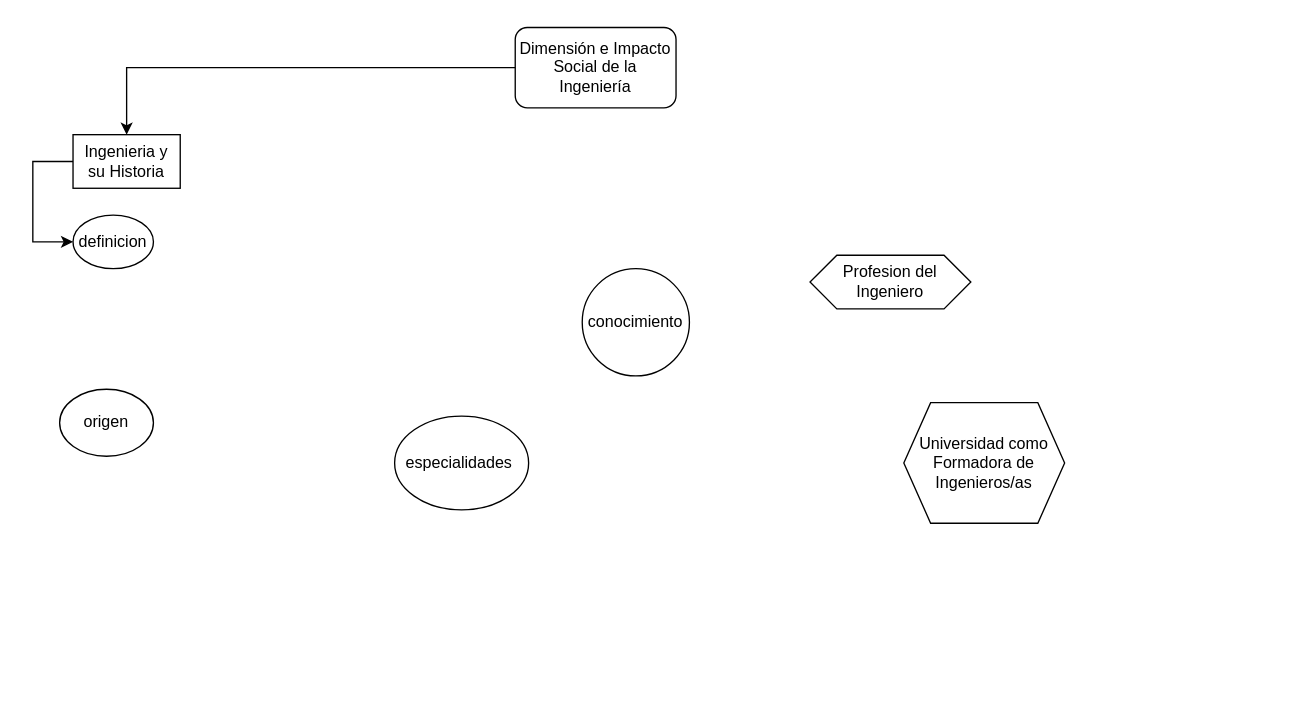
SandovalAlexis/Sistema-De-Venta-Diagrama keeps this draw.io diagram as Diagrama sin título.drawio. Above is the earlier version. Source tidied: cells renumbered, new cells numbered last; positions are measured from the earlier drawing's top-left corner, leaving out a move shared by most shapes. Both pictures are drawn from the tidied source at 134%, with x=0, y=0 at pixel (32, 27).
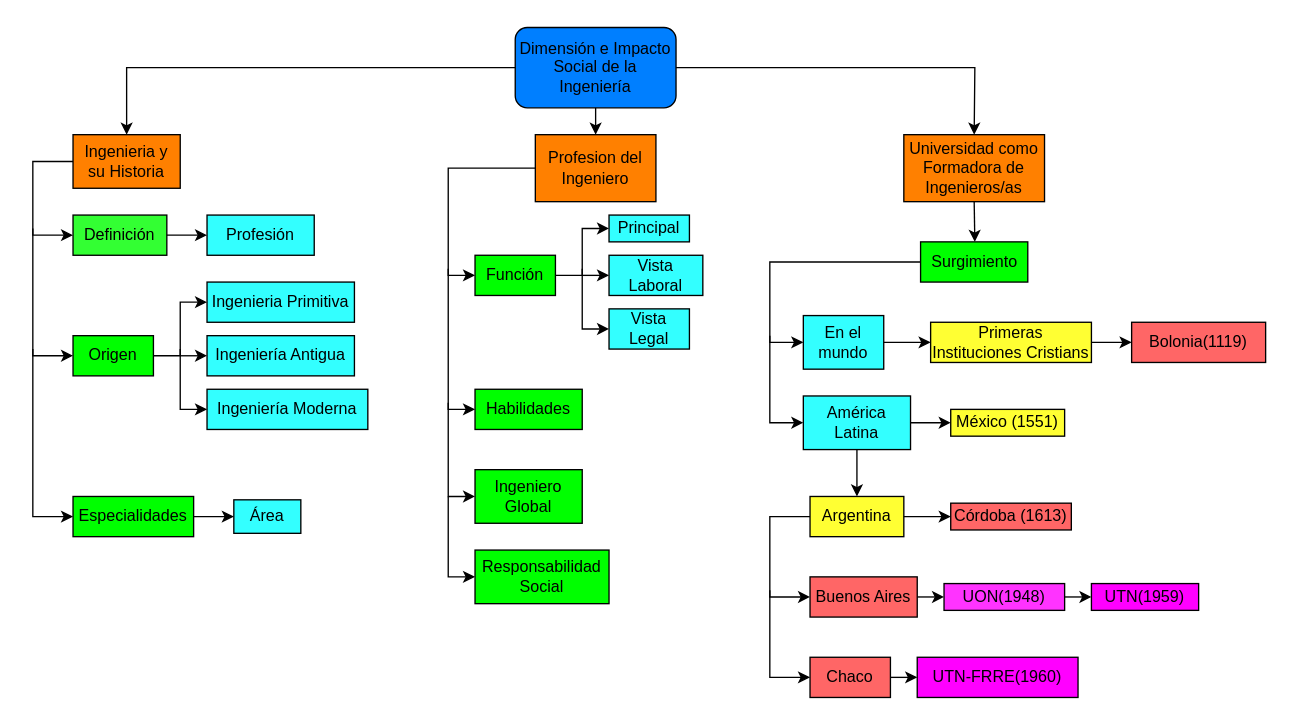
The same diagram, later.

The edit, as a diff of the source:
```diff
@@
+    <mxCell id="12" value="Bolonia(1119)" style="rounded=0;whiteSpace=wrap;html=1;fillColor=#FF6666;" parent="1" vertex="1">
+      <mxGeometry x="820" y="220" width="100" height="30" as="geometry" />
+    </mxCell>
-    <mxCell id="2" value="Dimensión e Impacto Social de la Ingeniería" style="rounded=1;whiteSpace=wrap;html=1;" parent="1" vertex="1">
+    <mxCell id="2" value="&lt;p&gt;Dimensión e Impacto Social de la Ingeniería&lt;/p&gt;" style="rounded=1;whiteSpace=wrap;html=1;fillColor=#007FFF;" parent="1" vertex="1">
       <mxGeometry x="360" width="120" height="60" as="geometry" />
     </mxCell>
-    <mxCell id="3" value="Profesion del Ingeniero" style="shape=hexagon;perimeter=hexagonPerimeter2;whiteSpace=wrap;html=1;fixedSize=1;" parent="1" vertex="1">
-      <mxGeometry x="580" y="170" width="120" height="40" as="geometry" />
-    </mxCell>
-    <mxCell id="4" value="Universidad como Formadora de Ingenieros/as" style="shape=hexagon;perimeter=hexagonPerimeter2;whiteSpace=wrap;html=1;fixedSize=1;" parent="1" vertex="1">
-      <mxGeometry x="650" y="280" width="120" height="90" as="geometry" />
-    </mxCell>
-    <mxCell id="5" value="definicion" style="ellipse;whiteSpace=wrap;html=1;" parent="1" vertex="1">
-      <mxGeometry x="30" y="140" width="60" height="40" as="geometry" />
-    </mxCell>
-    <mxCell id="6" value="especialidades&amp;nbsp;" style="ellipse;whiteSpace=wrap;html=1;" parent="1" vertex="1">
-      <mxGeometry x="270" y="290" width="100" height="70" as="geometry" />
-    </mxCell>
-    <mxCell id="7" value="origen" style="ellipse;whiteSpace=wrap;html=1;" parent="1" vertex="1">
-      <mxGeometry x="20" y="270" width="70" height="50" as="geometry" />
-    </mxCell>
-    <mxCell id="8" value="conocimiento" style="ellipse;whiteSpace=wrap;html=1;" parent="1" vertex="1">
-      <mxGeometry x="410" y="180" width="80" height="80" as="geometry" />
-    </mxCell>
@@
-    <mxCell id="10" style="endArrow=classic;html=1;rounded=0;entryX=0;entryY=0.5;entryDx=0;entryDy=0;" parent="1" edge="1" source="11" target="5">
+    <mxCell id="10" style="endArrow=classic;html=1;rounded=0;entryX=0;entryY=0.5;entryDx=0;entryDy=0;" parent="1" edge="1" source="11" target="14">
       <mxGeometry relative="1" as="geometry">
         <Array as="points">
           <mxPoint y="100" />
-          <mxPoint y="160" />
+          <mxPoint y="155" />
         </Array>
       </mxGeometry>
     </mxCell>
-    <mxCell id="11" value="Ingenieria y su Historia" style="rounded=0;whiteSpace=wrap;html=1;" parent="1" vertex="1">
+    <mxCell id="11" value="Ingenieria y su Historia" style="rounded=0;whiteSpace=wrap;html=1;fillColor=#FF8000;" parent="1" vertex="1">
       <mxGeometry x="30" y="80" width="80" height="40" as="geometry" />
     </mxCell>
+    <mxCell id="13" style="endArrow=classic;html=1;rounded=0;entryX=0;entryY=0.5;entryDx=0;entryDy=0;" parent="1" edge="1" target="15">
+      <mxGeometry relative="1" as="geometry">
+        <mxPoint y="150" as="sourcePoint" />
+        <Array as="points">
+          <mxPoint y="245" />
+        </Array>
+      </mxGeometry>
+    </mxCell>
+    <mxCell id="14" value="Definición" style="rounded=0;whiteSpace=wrap;html=1;fillColor=#33FF33;" parent="1" vertex="1">
+      <mxGeometry x="30" y="140" width="70" height="30" as="geometry" />
+    </mxCell>
+    <mxCell id="15" value="Origen" style="rounded=0;whiteSpace=wrap;html=1;fillColor=#00FF00;" parent="1" vertex="1">
+      <mxGeometry x="30" y="230" width="60" height="30" as="geometry" />
+    </mxCell>
+    <mxCell id="16" value="Especialidades" style="rounded=0;whiteSpace=wrap;html=1;fillColor=#00FF00;" parent="1" vertex="1">
+      <mxGeometry x="30" y="350" width="90" height="30" as="geometry" />
+    </mxCell>
+    <mxCell id="17" value="Ingenieria Primitiva" style="rounded=0;whiteSpace=wrap;html=1;fillColor=#33FFFF;" parent="1" vertex="1">
+      <mxGeometry x="130" y="190" width="110" height="30" as="geometry" />
+    </mxCell>
+    <mxCell id="18" value="Ingeniería Antigua" style="rounded=0;whiteSpace=wrap;html=1;fillColor=#33FFFF;" parent="1" vertex="1">
+      <mxGeometry x="130" y="230" width="110" height="30" as="geometry" />
+    </mxCell>
+    <mxCell id="19" value="Ingeniería Moderna" style="rounded=0;whiteSpace=wrap;html=1;fillColor=#33FFFF;" parent="1" vertex="1">
+      <mxGeometry x="130" y="270" width="120" height="30" as="geometry" />
+    </mxCell>
+    <mxCell id="20" style="endArrow=classic;html=1;rounded=0;entryX=0;entryY=0.5;entryDx=0;entryDy=0;" parent="1" edge="1" target="16">
+      <mxGeometry relative="1" as="geometry">
+        <mxPoint y="240" as="sourcePoint" />
+        <Array as="points">
+          <mxPoint y="365" />
+        </Array>
+      </mxGeometry>
+    </mxCell>
+    <mxCell id="21" style="endArrow=classic;html=1;rounded=0;exitX=1;exitY=0.5;exitDx=0;exitDy=0;entryX=0;entryY=0.5;entryDx=0;entryDy=0;" parent="1" edge="1" source="15" target="17">
+      <mxGeometry relative="1" as="geometry">
+        <Array as="points">
+          <mxPoint x="110" y="245" />
+          <mxPoint x="110" y="205" />
+        </Array>
+      </mxGeometry>
+    </mxCell>
+    <mxCell id="22" style="endArrow=classic;html=1;rounded=0;entryX=0;entryY=0.5;entryDx=0;entryDy=0;" parent="1" edge="1" target="18">
+      <mxGeometry relative="1" as="geometry">
+        <mxPoint x="110" y="245" as="sourcePoint" />
+      </mxGeometry>
+    </mxCell>
+    <mxCell id="23" style="endArrow=classic;html=1;rounded=0;entryX=0;entryY=0.5;entryDx=0;entryDy=0;" parent="1" edge="1" target="19">
+      <mxGeometry relative="1" as="geometry">
+        <mxPoint x="110" y="240" as="sourcePoint" />
+        <Array as="points">
+          <mxPoint x="110" y="285" />
+        </Array>
+      </mxGeometry>
+    </mxCell>
+    <mxCell id="3" value="Profesion del Ingeniero" style="rounded=0;whiteSpace=wrap;html=1;fillColor=#FF8000;" parent="1" vertex="1">
+      <mxGeometry x="375" y="80" width="90" height="50" as="geometry" />
+    </mxCell>
+    <mxCell id="4" value="Universidad como Formadora de Ingenieros/as" style="rounded=0;whiteSpace=wrap;html=1;fillColor=#FF8000;" parent="1" vertex="1">
+      <mxGeometry x="650" y="80" width="105" height="50" as="geometry" />
+    </mxCell>
+    <mxCell id="24" style="endArrow=classic;html=1;rounded=0;exitX=0.5;exitY=1;exitDx=0;exitDy=0;" parent="1" edge="1" source="2">
+      <mxGeometry relative="1" as="geometry">
+        <mxPoint x="420" y="80" as="targetPoint" />
+      </mxGeometry>
+    </mxCell>
+    <mxCell id="25" value="Ingeniero Global" style="rounded=0;whiteSpace=wrap;html=1;fillColor=#00FF00;" parent="1" vertex="1">
+      <mxGeometry x="330" y="330" width="80" height="40" as="geometry" />
+    </mxCell>
+    <mxCell id="26" value="Función" style="rounded=0;whiteSpace=wrap;html=1;fillColor=#00FF00;" parent="1" vertex="1">
+      <mxGeometry x="330" y="170" width="60" height="30" as="geometry" />
+    </mxCell>
+    <mxCell id="27" value="Habilidades" style="rounded=0;whiteSpace=wrap;html=1;fillColor=#00FF00;" parent="1" vertex="1">
+      <mxGeometry x="330" y="270" width="80" height="30" as="geometry" />
+    </mxCell>
+    <mxCell id="28" value="Responsabilidad Social" style="rounded=0;whiteSpace=wrap;html=1;fillColor=#00FF00;" parent="1" vertex="1">
+      <mxGeometry x="330" y="390" width="100" height="40" as="geometry" />
+    </mxCell>
+    <mxCell id="29" style="endArrow=classic;html=1;rounded=0;entryX=0;entryY=0.5;entryDx=0;entryDy=0;exitX=0;exitY=0.5;exitDx=0;exitDy=0;" parent="1" edge="1" source="3" target="26">
+      <mxGeometry relative="1" as="geometry">
+        <Array as="points">
+          <mxPoint x="310" y="105" />
+          <mxPoint x="310" y="185" />
+        </Array>
+      </mxGeometry>
+    </mxCell>
+    <mxCell id="30" style="endArrow=classic;html=1;rounded=0;entryX=0;entryY=0.5;entryDx=0;entryDy=0;" parent="1" edge="1" target="27">
+      <mxGeometry relative="1" as="geometry">
+        <mxPoint x="310" y="180" as="sourcePoint" />
+        <Array as="points">
+          <mxPoint x="310" y="285" />
+        </Array>
+      </mxGeometry>
+    </mxCell>
+    <mxCell id="31" style="endArrow=classic;html=1;rounded=0;entryX=0;entryY=0.5;entryDx=0;entryDy=0;" parent="1" edge="1" target="25">
+      <mxGeometry relative="1" as="geometry">
+        <mxPoint x="310" y="280" as="sourcePoint" />
+        <Array as="points">
+          <mxPoint x="310" y="350" />
+        </Array>
+      </mxGeometry>
+    </mxCell>
+    <mxCell id="32" style="endArrow=classic;html=1;rounded=0;entryX=0;entryY=0.5;entryDx=0;entryDy=0;" parent="1" edge="1" target="28">
+      <mxGeometry relative="1" as="geometry">
+        <mxPoint x="310" y="350" as="sourcePoint" />
+        <Array as="points">
+          <mxPoint x="310" y="410" />
+        </Array>
+      </mxGeometry>
+    </mxCell>
+    <mxCell id="33" value="Principal" style="rounded=0;whiteSpace=wrap;html=1;fillColor=#33FFFF;" parent="1" vertex="1">
+      <mxGeometry x="430" y="140" width="60" height="20" as="geometry" />
+    </mxCell>
+    <mxCell id="34" value="Vista Laboral" style="rounded=0;whiteSpace=wrap;html=1;fillColor=#33FFFF;" parent="1" vertex="1">
+      <mxGeometry x="430" y="170" width="70" height="30" as="geometry" />
+    </mxCell>
+    <mxCell id="35" value="Vista Legal" style="rounded=0;whiteSpace=wrap;html=1;fillColor=#33FFFF;" parent="1" vertex="1">
+      <mxGeometry x="430" y="210" width="60" height="30" as="geometry" />
+    </mxCell>
+    <mxCell id="36" style="endArrow=classic;html=1;rounded=0;exitX=1;exitY=0.5;exitDx=0;exitDy=0;entryX=0;entryY=0.5;entryDx=0;entryDy=0;" parent="1" edge="1" source="26" target="33">
+      <mxGeometry relative="1" as="geometry">
+        <Array as="points">
+          <mxPoint x="410" y="185" />
+          <mxPoint x="410" y="150" />
+        </Array>
+      </mxGeometry>
+    </mxCell>
+    <mxCell id="37" style="endArrow=classic;html=1;rounded=0;entryX=0;entryY=0.5;entryDx=0;entryDy=0;" parent="1" edge="1" target="34">
+      <mxGeometry relative="1" as="geometry">
+        <mxPoint x="410" y="185" as="sourcePoint" />
+      </mxGeometry>
+    </mxCell>
+    <mxCell id="38" style="endArrow=classic;html=1;rounded=0;entryX=0;entryY=0.5;entryDx=0;entryDy=0;" parent="1" edge="1" target="35">
+      <mxGeometry relative="1" as="geometry">
+        <mxPoint x="410" y="180" as="sourcePoint" />
+        <Array as="points">
+          <mxPoint x="410" y="225" />
+        </Array>
+      </mxGeometry>
+    </mxCell>
+    <mxCell id="39" style="endArrow=classic;html=1;rounded=0;exitX=1;exitY=0.5;exitDx=0;exitDy=0;entryX=0.5;entryY=0;entryDx=0;entryDy=0;" parent="1" edge="1" source="2" target="4">
+      <mxGeometry relative="1" as="geometry">
+        <Array as="points">
+          <mxPoint x="703" y="30" />
+        </Array>
+      </mxGeometry>
+    </mxCell>
+    <mxCell id="40" value="Surgimiento" style="rounded=0;whiteSpace=wrap;html=1;fillColor=#00FF00;" parent="1" vertex="1">
+      <mxGeometry x="662.5" y="160" width="80" height="30" as="geometry" />
+    </mxCell>
+    <mxCell id="41" value="En el mundo" style="rounded=0;whiteSpace=wrap;html=1;fillColor=#33FFFF;" parent="1" vertex="1">
+      <mxGeometry x="575" y="215" width="60" height="40" as="geometry" />
+    </mxCell>
+    <mxCell id="42" value="Primeras Instituciones Cristians" style="rounded=0;whiteSpace=wrap;html=1;fillColor=#FFFF33;" parent="1" vertex="1">
+      <mxGeometry x="670" y="220" width="120" height="30" as="geometry" />
+    </mxCell>
+    <mxCell id="43" value="América Latina" style="rounded=0;whiteSpace=wrap;html=1;fillColor=#33FFFF;" parent="1" vertex="1">
+      <mxGeometry x="575" y="275" width="80" height="40" as="geometry" />
+    </mxCell>
+    <mxCell id="44" value="México (1551)" style="rounded=0;whiteSpace=wrap;html=1;fillColor=#FFFF33;" parent="1" vertex="1">
+      <mxGeometry x="685" y="285" width="85" height="20" as="geometry" />
+    </mxCell>
+    <mxCell id="45" value="Argentina" style="rounded=0;whiteSpace=wrap;html=1;fillColor=#FFFF33;" parent="1" vertex="1">
+      <mxGeometry x="580" y="350" width="70" height="30" as="geometry" />
+    </mxCell>
+    <mxCell id="46" value="Córdoba (1613)" style="rounded=0;whiteSpace=wrap;html=1;fillColor=#FF6666;" parent="1" vertex="1">
+      <mxGeometry x="685" y="355" width="90" height="20" as="geometry" />
+    </mxCell>
+    <mxCell id="47" value="UON(1948)" style="rounded=0;whiteSpace=wrap;html=1;fillColor=#FF33FF;" parent="1" vertex="1">
+      <mxGeometry x="680" y="415" width="90" height="20" as="geometry" />
+    </mxCell>
+    <mxCell id="48" value="UTN(1959)" style="rounded=0;whiteSpace=wrap;html=1;fillColor=#FF00FF;" parent="1" vertex="1">
+      <mxGeometry x="790" y="415" width="80" height="20" as="geometry" />
+    </mxCell>
+    <mxCell id="49" value="UTN-FRRE(1960)" style="rounded=0;whiteSpace=wrap;html=1;fillColor=#FF00FF;" parent="1" vertex="1">
+      <mxGeometry x="660" y="470" width="120" height="30" as="geometry" />
+    </mxCell>
+    <mxCell id="50" value="Chaco" style="rounded=0;whiteSpace=wrap;html=1;fillColor=#FF6666;" parent="1" vertex="1">
+      <mxGeometry x="580" y="470" width="60" height="30" as="geometry" />
+    </mxCell>
+    <mxCell id="51" value="Buenos Aires" style="rounded=0;whiteSpace=wrap;html=1;fillColor=#FF6666;" parent="1" vertex="1">
+      <mxGeometry x="580" y="410" width="80" height="30" as="geometry" />
+    </mxCell>
+    <mxCell id="52" style="endArrow=classic;html=1;rounded=0;exitX=0.5;exitY=1;exitDx=0;exitDy=0;" parent="1" edge="1" source="4">
+      <mxGeometry relative="1" as="geometry">
+        <mxPoint x="703" y="160" as="targetPoint" />
+      </mxGeometry>
+    </mxCell>
+    <mxCell id="53" style="endArrow=classic;html=1;rounded=0;exitX=0;exitY=0.5;exitDx=0;exitDy=0;entryX=0;entryY=0.5;entryDx=0;entryDy=0;" parent="1" edge="1" source="40" target="41">
+      <mxGeometry relative="1" as="geometry">
+        <Array as="points">
+          <mxPoint x="550" y="175" />
+          <mxPoint x="550" y="235" />
+        </Array>
+      </mxGeometry>
+    </mxCell>
+    <mxCell id="54" style="endArrow=classic;html=1;rounded=0;entryX=0;entryY=0.5;entryDx=0;entryDy=0;exitX=1;exitY=0.5;exitDx=0;exitDy=0;" parent="1" edge="1" source="41" target="42">
+      <mxGeometry relative="1" as="geometry" />
+    </mxCell>
+    <mxCell id="55" style="endArrow=classic;html=1;rounded=0;entryX=0;entryY=0.5;entryDx=0;entryDy=0;" parent="1" edge="1" target="43">
+      <mxGeometry relative="1" as="geometry">
+        <mxPoint x="550" y="230" as="sourcePoint" />
+        <Array as="points">
+          <mxPoint x="550" y="295" />
+        </Array>
+      </mxGeometry>
+    </mxCell>
+    <mxCell id="56" style="endArrow=classic;html=1;rounded=0;exitX=1;exitY=0.5;exitDx=0;exitDy=0;entryX=0;entryY=0.5;entryDx=0;entryDy=0;" parent="1" edge="1" source="43" target="44">
+      <mxGeometry relative="1" as="geometry" />
+    </mxCell>
+    <mxCell id="57" style="endArrow=classic;html=1;rounded=0;exitX=0.5;exitY=1;exitDx=0;exitDy=0;entryX=0.5;entryY=0;entryDx=0;entryDy=0;" parent="1" edge="1" source="43" target="45">
+      <mxGeometry relative="1" as="geometry" />
+    </mxCell>
+    <mxCell id="58" style="endArrow=classic;html=1;rounded=0;entryX=0;entryY=0.5;entryDx=0;entryDy=0;exitX=1;exitY=0.5;exitDx=0;exitDy=0;" parent="1" edge="1" source="45" target="46">
+      <mxGeometry relative="1" as="geometry" />
+    </mxCell>
+    <mxCell id="59" style="endArrow=classic;html=1;rounded=0;entryX=0;entryY=0.5;entryDx=0;entryDy=0;exitX=0;exitY=0.5;exitDx=0;exitDy=0;" parent="1" edge="1" source="45" target="51">
+      <mxGeometry relative="1" as="geometry">
+        <Array as="points">
+          <mxPoint x="550" y="365" />
+          <mxPoint x="550" y="425" />
+        </Array>
+      </mxGeometry>
+    </mxCell>
+    <mxCell id="60" style="endArrow=classic;html=1;rounded=0;entryX=0;entryY=0.5;entryDx=0;entryDy=0;exitX=1;exitY=0.5;exitDx=0;exitDy=0;" parent="1" edge="1" source="51" target="47">
+      <mxGeometry relative="1" as="geometry" />
+    </mxCell>
+    <mxCell id="61" style="endArrow=classic;html=1;rounded=0;exitX=1;exitY=0.5;exitDx=0;exitDy=0;entryX=0;entryY=0.5;entryDx=0;entryDy=0;" parent="1" edge="1" source="47" target="48">
+      <mxGeometry relative="1" as="geometry" />
+    </mxCell>
+    <mxCell id="62" style="endArrow=classic;html=1;rounded=0;entryX=0;entryY=0.5;entryDx=0;entryDy=0;" parent="1" edge="1" target="50">
+      <mxGeometry relative="1" as="geometry">
+        <mxPoint x="550" y="420" as="sourcePoint" />
+        <Array as="points">
+          <mxPoint x="550" y="485" />
+        </Array>
+      </mxGeometry>
+    </mxCell>
+    <mxCell id="63" style="endArrow=classic;html=1;rounded=0;entryX=0;entryY=0.5;entryDx=0;entryDy=0;exitX=1;exitY=0.5;exitDx=0;exitDy=0;" parent="1" edge="1" source="50" target="49">
+      <mxGeometry relative="1" as="geometry" />
+    </mxCell>
+    <mxCell id="64" value="Área" style="rounded=0;whiteSpace=wrap;html=1;fillColor=#33FFFF;" parent="1" vertex="1">
+      <mxGeometry x="150" y="352.5" width="50" height="25" as="geometry" />
+    </mxCell>
+    <mxCell id="65" style="endArrow=classic;html=1;rounded=0;entryX=0;entryY=0.5;entryDx=0;entryDy=0;exitX=1;exitY=0.5;exitDx=0;exitDy=0;" parent="1" edge="1" source="16" target="64">
+      <mxGeometry relative="1" as="geometry" />
+    </mxCell>
+    <mxCell id="66" style="endArrow=classic;html=1;rounded=0;exitX=1;exitY=0.5;exitDx=0;exitDy=0;entryX=0;entryY=0.5;entryDx=0;entryDy=0;" parent="1" edge="1" source="42" target="12">
+      <mxGeometry relative="1" as="geometry" />
+    </mxCell>
+    <mxCell id="67" value="Profesión" style="rounded=0;whiteSpace=wrap;html=1;fillColor=#33FFFF;" parent="1" vertex="1">
+      <mxGeometry x="130" y="140" width="80" height="30" as="geometry" />
+    </mxCell>
+    <mxCell id="68" style="endArrow=classic;html=1;rounded=0;exitX=1;exitY=0.5;exitDx=0;exitDy=0;entryX=0;entryY=0.5;entryDx=0;entryDy=0;" parent="1" edge="1" source="14" target="67">
+      <mxGeometry relative="1" as="geometry" />
+    </mxCell>
```
